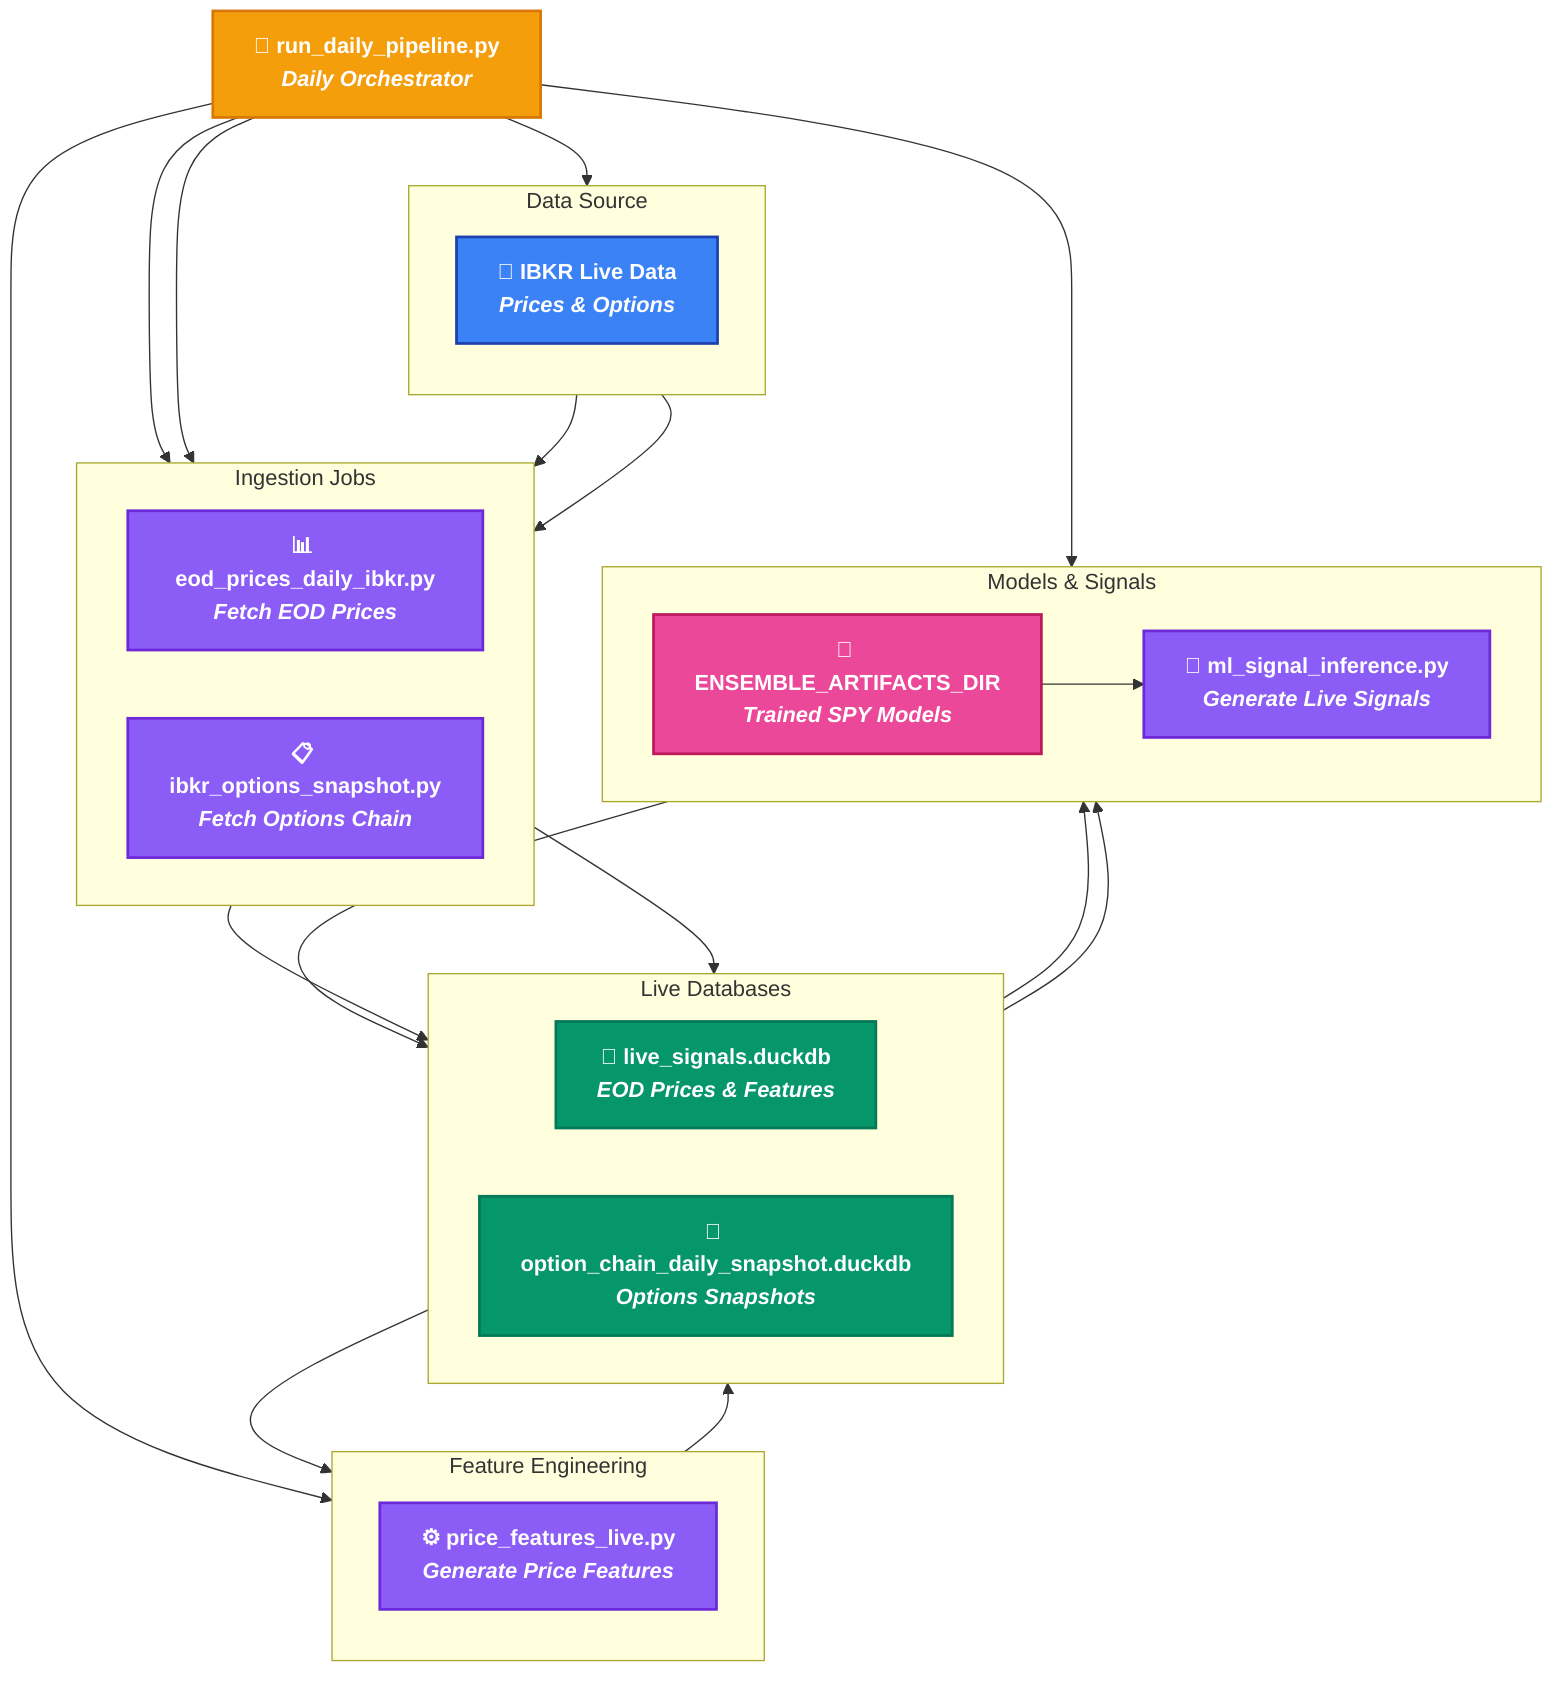
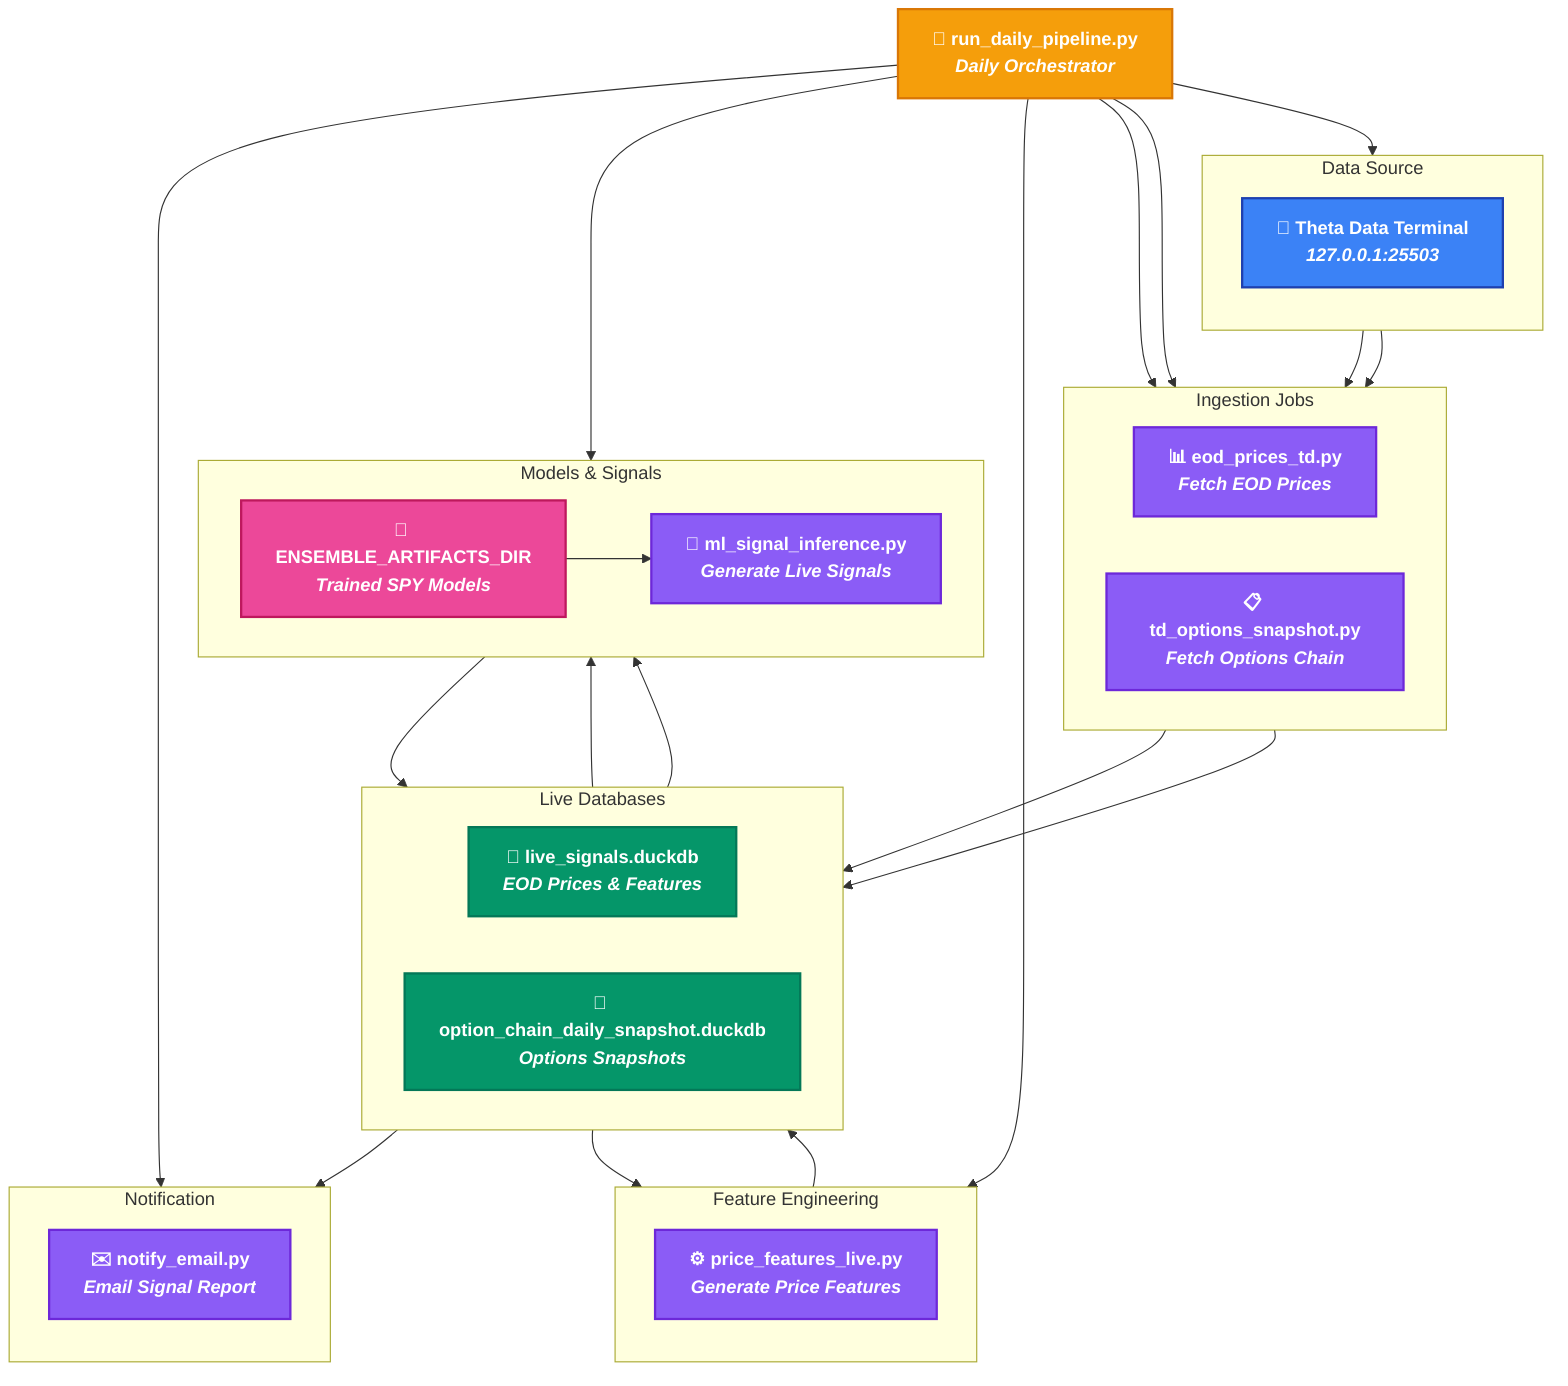
flowchart TB
  %% STYLES
  classDef source    fill:#3b82f6,stroke:#1e40af,stroke-width:2,color:#ffffff,font-weight:bold;
  classDef db        fill:#059669,stroke:#047857,stroke-width:2,color:#ffffff,font-weight:bold;
  classDef service   fill:#8b5cf6,stroke:#6d28d9,stroke-width:2,color:#ffffff,font-weight:bold;
  classDef model     fill:#ec4899,stroke:#be185d,stroke-width:2,color:#ffffff,font-weight:bold;
  classDef orch      fill:#f59e0b,stroke:#d97706,stroke-width:2,color:#ffffff,font-weight:bold;

  %% ROW 1 — ORCHESTRATION
  ORCH["🎯 run_daily_pipeline.py<br/><i>Daily Orchestrator</i>"]:::orch

  %% ROW 2 — LIVE SOURCE
  subgraph L1["Data Source"]
    direction TB
-     SRC["📡 IBKR Live Data<br/><i>Prices & Options</i>"]:::source
+     SRC["📡 Theta Data Terminal<br/><i>127.0.0.1:25503</i>"]:::source
  end

  %% ROW 3 — INGESTION
  subgraph L2["Ingestion Jobs"]
    direction LR
-     EOD["📊 eod_prices_daily_ibkr.py<br/><i>Fetch EOD Prices</i>"]:::service
-     SNAP["📋 ibkr_options_snapshot.py<br/><i>Fetch Options Chain</i>"]:::service
+     EOD["📊 eod_prices_td.py<br/><i>Fetch EOD Prices</i>"]:::service
+     SNAP["📋 td_options_snapshot.py<br/><i>Fetch Options Chain</i>"]:::service
  end

  %% ROW 4 — STORAGE
  subgraph L3["Live Databases"]
    direction LR
    DB_MAIN["💾 live_signals.duckdb<br/><i>EOD Prices & Features</i>"]:::db
    DB_OPT["💾 option_chain_daily_snapshot.duckdb<br/><i>Options Snapshots</i>"]:::db
  end

  %% ROW 5 — FEATURES
  subgraph L4["Feature Engineering"]
    direction TB
    FEAT["⚙️ price_features_live.py<br/><i>Generate Price Features</i>"]:::service
  end

  %% ROW 6 — MODELS & SIGNALS
  subgraph L5["Models & Signals"]
    direction LR
    ENS["🤖 ENSEMBLE_ARTIFACTS_DIR<br/><i>Trained SPY Models</i>"]:::model
    INF["🔮 ml_signal_inference.py<br/><i>Generate Live Signals</i>"]:::service
  end

+   %% ROW 7 — NOTIFICATION
+   subgraph L6["Notification"]
+     direction TB
+     EMAIL["✉️ notify_email.py<br/><i>Email Signal Report</i>"]:::service
+   end
+ 
  %% SEQUENTIAL FLOW (TOP → BOTTOM)

  %% Orchestrator triggers all jobs in order
  ORCH --> SRC
  ORCH --> EOD
  ORCH --> SNAP
  ORCH --> FEAT
  ORCH --> INF
+   ORCH --> EMAIL

  %% Source → Ingestion
  SRC --> EOD
  SRC --> SNAP

  %% Ingestion → Databases
  EOD --> DB_MAIN
  SNAP --> DB_OPT

  %% DB_MAIN → Features → DB_MAIN
  DB_MAIN --> FEAT --> DB_MAIN

  %% Databases + Models → Inference
  DB_MAIN --> INF
  DB_OPT --> INF
  ENS --> INF

  %% Inference writes signals back
  INF --> DB_MAIN
+ 
+   %% Signals → Email
+   DB_MAIN --> EMAIL
